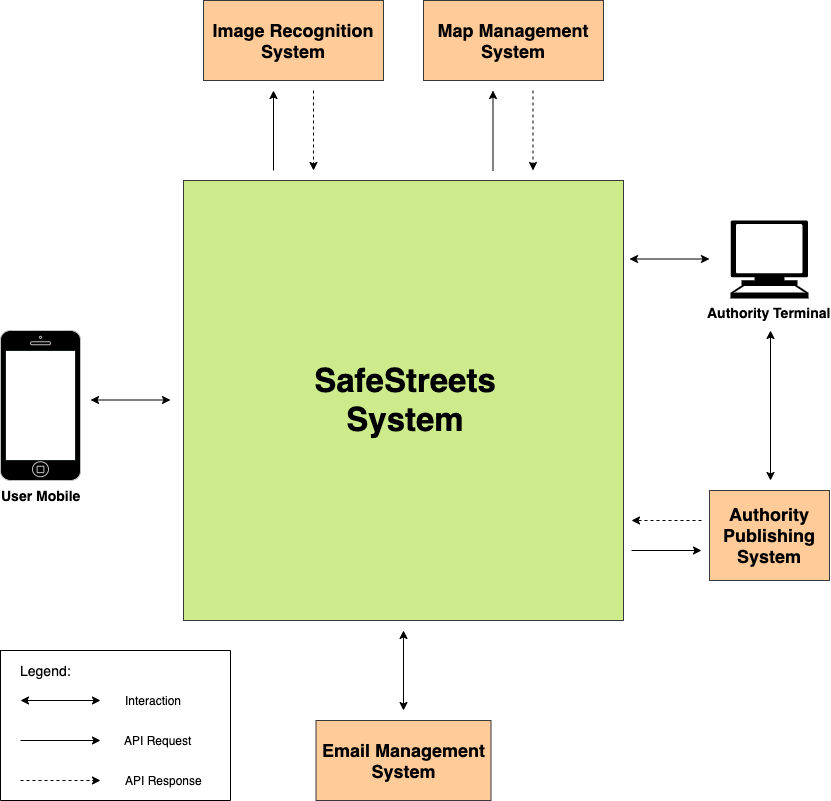
The draw.io diagram dd/img/contextViewPoint.png in Megapiro/SafeStreets-IngSw2Project, before a commit. Source tidied: cells renumbered, new cells last; positions are measured from the earlier drawing's top-left corner, leaving out a move shared by most shapes. Source of this version:
```xml
<mxGraphModel>
  <root>
    <mxCell id="0" />
    <mxCell id="1" parent="0" />
    <mxCell id="2" value="&lt;b style=&quot;font-size: 33px&quot;&gt;SafeStreets&lt;br&gt;System&lt;/b&gt;" style="whiteSpace=wrap;html=1;strokeColor=#36393d;fillColor=#cdeb8b;" parent="1" vertex="1">
      <mxGeometry x="183" y="180" width="440" height="440" as="geometry" />
    </mxCell>
    <mxCell id="3" value="&lt;b&gt;&lt;font style=&quot;font-size: 14px&quot;&gt;Authority Terminal&lt;/font&gt;&lt;/b&gt;" style="shape=mxgraph.signs.tech.computer;html=1;fillColor=#000000;strokeColor=none;verticalLabelPosition=bottom;verticalAlign=top;align=center;" parent="1" vertex="1">
      <mxGeometry x="730" y="220" width="78" height="78" as="geometry" />
    </mxCell>
    <mxCell id="4" value="&lt;b&gt;&lt;font style=&quot;font-size: 14px&quot;&gt;User Mobile&lt;/font&gt;&lt;/b&gt;" style="html=1;verticalLabelPosition=bottom;labelBackgroundColor=#ffffff;verticalAlign=top;shadow=0;dashed=0;strokeWidth=1;shape=mxgraph.ios7.misc.iphone;strokeColor=#c0c0c0;fillColor=#000000;gradientColor=none;" parent="1" vertex="1">
      <mxGeometry y="330" width="80" height="150" as="geometry" />
    </mxCell>
    <mxCell id="5" style="endArrow=classic;startArrow=classic;html=1;" parent="1" edge="1">
      <mxGeometry relative="1" as="geometry">
        <mxPoint x="629" y="258.5" as="sourcePoint" />
        <mxPoint x="709" y="258.5" as="targetPoint" />
      </mxGeometry>
    </mxCell>
    <mxCell id="6" style="endArrow=classic;startArrow=classic;html=1;" parent="1" edge="1">
      <mxGeometry relative="1" as="geometry">
        <mxPoint x="90" y="399.5" as="sourcePoint" />
        <mxPoint x="170" y="399.5" as="targetPoint" />
      </mxGeometry>
    </mxCell>
    <mxCell id="7" value="&lt;b&gt;&lt;font style=&quot;font-size: 18px&quot;&gt;Image Recognition System&lt;/font&gt;&lt;/b&gt;" style="rounded=0;whiteSpace=wrap;html=1;strokeColor=#36393d;fillColor=#ffcc99;" parent="1" vertex="1">
      <mxGeometry x="203" width="180" height="80" as="geometry" />
    </mxCell>
    <mxCell id="8" value="&lt;b&gt;&lt;font style=&quot;font-size: 18px&quot;&gt;Map Management System&lt;/font&gt;&lt;/b&gt;" style="rounded=0;whiteSpace=wrap;html=1;strokeColor=#36393d;fillColor=#ffcc99;" parent="1" vertex="1">
      <mxGeometry x="423" width="180" height="80" as="geometry" />
    </mxCell>
    <mxCell id="9" style="endArrow=classic;html=1;" parent="1" edge="1">
      <mxGeometry relative="1" as="geometry">
        <mxPoint x="273" y="170" as="sourcePoint" />
        <mxPoint x="273" y="90" as="targetPoint" />
      </mxGeometry>
    </mxCell>
    <mxCell id="10" style="endArrow=classic;dashed=1;html=1;" parent="1" edge="1">
      <mxGeometry relative="1" as="geometry">
        <mxPoint x="313" y="90" as="sourcePoint" />
        <mxPoint x="313" y="170" as="targetPoint" />
      </mxGeometry>
    </mxCell>
    <mxCell id="11" style="endArrow=classic;html=1;" parent="1" edge="1">
      <mxGeometry relative="1" as="geometry">
        <mxPoint x="492.5" y="170" as="sourcePoint" />
        <mxPoint x="492.5" y="90" as="targetPoint" />
      </mxGeometry>
    </mxCell>
    <mxCell id="12" style="endArrow=classic;dashed=1;html=1;" parent="1" edge="1">
      <mxGeometry relative="1" as="geometry">
        <mxPoint x="532.5" y="90" as="sourcePoint" />
        <mxPoint x="532.5" y="170" as="targetPoint" />
      </mxGeometry>
    </mxCell>
    <mxCell id="13" value="&lt;b&gt;&lt;font style=&quot;font-size: 18px&quot;&gt;Email Management System&lt;/font&gt;&lt;/b&gt;" style="rounded=0;whiteSpace=wrap;html=1;strokeColor=#36393d;fillColor=#ffcc99;" parent="1" vertex="1">
      <mxGeometry x="315.5" y="720" width="175" height="80" as="geometry" />
    </mxCell>
    <mxCell id="14" style="endArrow=classic;startArrow=classic;html=1;" parent="1" edge="1">
      <mxGeometry relative="1" as="geometry">
        <mxPoint x="403" y="710" as="sourcePoint" />
        <mxPoint x="403" y="630" as="targetPoint" />
      </mxGeometry>
    </mxCell>
    <mxCell id="15" style="verticalLabelPosition=bottom;verticalAlign=top;html=1;shadow=0;dashed=0;strokeWidth=1;shape=mxgraph.ios.iBgFlat;strokeColor=#18211b;fillColor=#FFFFFF;gradientColor=none;" parent="1" vertex="1">
      <mxGeometry x="5" y="350" width="70" height="110" as="geometry" />
    </mxCell>
    <mxCell id="16" value="&lt;b&gt;&lt;font style=&quot;font-size: 18px&quot;&gt;Authority Publishing System&lt;/font&gt;&lt;/b&gt;" style="rounded=0;whiteSpace=wrap;html=1;strokeColor=#36393d;fillColor=#ffcc99;" parent="1" vertex="1">
      <mxGeometry x="709" y="490" width="120" height="90" as="geometry" />
    </mxCell>
    <mxCell id="17" style="endArrow=classic;html=1;" parent="1" edge="1">
      <mxGeometry relative="1" as="geometry">
        <mxPoint x="631" y="550" as="sourcePoint" />
        <mxPoint x="701" y="550" as="targetPoint" />
      </mxGeometry>
    </mxCell>
    <mxCell id="18" style="endArrow=classic;dashed=1;html=1;" parent="1" edge="1">
      <mxGeometry relative="1" as="geometry">
        <mxPoint x="701" y="520" as="sourcePoint" />
        <mxPoint x="631" y="520" as="targetPoint" />
      </mxGeometry>
    </mxCell>
    <mxCell id="19" style="endArrow=classic;startArrow=classic;html=1;" parent="1" edge="1">
      <mxGeometry relative="1" as="geometry">
        <mxPoint x="770" y="480" as="sourcePoint" />
        <mxPoint x="770" y="330" as="targetPoint" />
      </mxGeometry>
    </mxCell>
    <mxCell id="20" style="endArrow=classic;startArrow=classic;html=1;" parent="1" edge="1">
      <mxGeometry relative="1" as="geometry">
        <mxPoint x="20" y="700" as="sourcePoint" />
        <mxPoint x="100" y="700" as="targetPoint" />
      </mxGeometry>
    </mxCell>
    <mxCell id="21" value="Interaction&lt;br&gt;" style="text;html=1;align=center;verticalAlign=middle;" parent="1" vertex="1">
      <mxGeometry x="118" y="690" width="70" height="20" as="geometry" />
    </mxCell>
    <mxCell id="22" style="endArrow=classic;html=1;" parent="1" edge="1">
      <mxGeometry relative="1" as="geometry">
        <mxPoint x="20" y="740" as="sourcePoint" />
        <mxPoint x="100" y="740" as="targetPoint" />
      </mxGeometry>
    </mxCell>
    <mxCell id="23" value="API Request" style="text;html=1;align=center;verticalAlign=middle;" parent="1" vertex="1">
      <mxGeometry x="118" y="730" width="80" height="20" as="geometry" />
    </mxCell>
    <mxCell id="24" style="endArrow=classic;dashed=1;html=1;" parent="1" edge="1">
      <mxGeometry relative="1" as="geometry">
        <mxPoint x="20" y="780" as="sourcePoint" />
        <mxPoint x="100" y="780" as="targetPoint" />
      </mxGeometry>
    </mxCell>
    <mxCell id="25" value="API Response" style="text;html=1;align=center;verticalAlign=middle;" parent="1" vertex="1">
      <mxGeometry x="118" y="770" width="90" height="20" as="geometry" />
    </mxCell>
    <mxCell id="26" style="shape=partialRectangle;whiteSpace=wrap;html=1;bottom=0;right=0;fillColor=none;strokeColor=#000000;" parent="1" vertex="1">
      <mxGeometry y="650" width="230" height="150" as="geometry" />
    </mxCell>
    <mxCell id="27" style="shape=partialRectangle;whiteSpace=wrap;html=1;top=0;left=0;fillColor=none;strokeColor=#000000;" parent="1" vertex="1">
      <mxGeometry y="650" width="230" height="150" as="geometry" />
    </mxCell>
    <mxCell id="28" value="&lt;font style=&quot;font-size: 14px&quot;&gt;Legend:&lt;/font&gt;" style="text;html=1;align=center;verticalAlign=middle;" parent="1" vertex="1">
      <mxGeometry x="10" y="660" width="70" height="20" as="geometry" />
    </mxCell>
  </root>
</mxGraphModel>
```
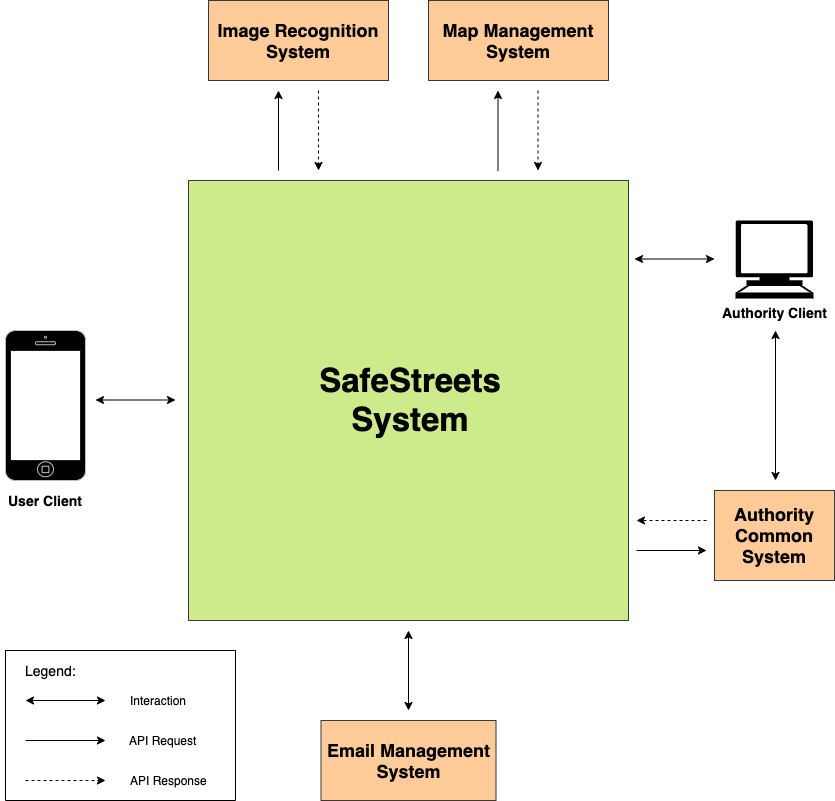
Above is the later version.

The edit, as a diff of the source:
```diff
@@ -5,10 +5,10 @@
     <mxCell id="2" value="&lt;b style=&quot;font-size: 33px&quot;&gt;SafeStreets&lt;br&gt;System&lt;/b&gt;" style="whiteSpace=wrap;html=1;strokeColor=#36393d;fillColor=#cdeb8b;" parent="1" vertex="1">
       <mxGeometry x="183" y="180" width="440" height="440" as="geometry" />
     </mxCell>
-    <mxCell id="3" value="&lt;b&gt;&lt;font style=&quot;font-size: 14px&quot;&gt;Authority Terminal&lt;/font&gt;&lt;/b&gt;" style="shape=mxgraph.signs.tech.computer;html=1;fillColor=#000000;strokeColor=none;verticalLabelPosition=bottom;verticalAlign=top;align=center;" parent="1" vertex="1">
+    <mxCell id="3" value="&lt;b&gt;&lt;font style=&quot;font-size: 14px&quot;&gt;Authority Client&lt;/font&gt;&lt;/b&gt;" style="shape=mxgraph.signs.tech.computer;html=1;fillColor=#000000;strokeColor=none;verticalLabelPosition=bottom;verticalAlign=top;align=center;" parent="1" vertex="1">
       <mxGeometry x="730" y="220" width="78" height="78" as="geometry" />
     </mxCell>
-    <mxCell id="4" value="&lt;b&gt;&lt;font style=&quot;font-size: 14px&quot;&gt;User Mobile&lt;/font&gt;&lt;/b&gt;" style="html=1;verticalLabelPosition=bottom;labelBackgroundColor=#ffffff;verticalAlign=top;shadow=0;dashed=0;strokeWidth=1;shape=mxgraph.ios7.misc.iphone;strokeColor=#c0c0c0;fillColor=#000000;gradientColor=none;" parent="1" vertex="1">
+    <mxCell id="4" style="html=1;verticalLabelPosition=bottom;labelBackgroundColor=#ffffff;verticalAlign=top;shadow=0;dashed=0;strokeWidth=1;shape=mxgraph.ios7.misc.iphone;strokeColor=#c0c0c0;fillColor=#000000;gradientColor=none;" parent="1" vertex="1">
       <mxGeometry y="330" width="80" height="150" as="geometry" />
     </mxCell>
     <mxCell id="5" style="endArrow=classic;startArrow=classic;html=1;" parent="1" edge="1">
@@ -65,7 +65,7 @@
     <mxCell id="15" style="verticalLabelPosition=bottom;verticalAlign=top;html=1;shadow=0;dashed=0;strokeWidth=1;shape=mxgraph.ios.iBgFlat;strokeColor=#18211b;fillColor=#FFFFFF;gradientColor=none;" parent="1" vertex="1">
       <mxGeometry x="5" y="350" width="70" height="110" as="geometry" />
     </mxCell>
-    <mxCell id="16" value="&lt;b&gt;&lt;font style=&quot;font-size: 18px&quot;&gt;Authority Publishing System&lt;/font&gt;&lt;/b&gt;" style="rounded=0;whiteSpace=wrap;html=1;strokeColor=#36393d;fillColor=#ffcc99;" parent="1" vertex="1">
+    <mxCell id="16" value="&lt;b&gt;&lt;font style=&quot;font-size: 18px&quot;&gt;Authority Common System&lt;/font&gt;&lt;/b&gt;" style="rounded=0;whiteSpace=wrap;html=1;strokeColor=#36393d;fillColor=#ffcc99;" parent="1" vertex="1">
       <mxGeometry x="709" y="490" width="120" height="90" as="geometry" />
     </mxCell>
     <mxCell id="17" style="endArrow=classic;html=1;" parent="1" edge="1">
@@ -122,5 +122,8 @@
     <mxCell id="28" value="&lt;font style=&quot;font-size: 14px&quot;&gt;Legend:&lt;/font&gt;" style="text;html=1;align=center;verticalAlign=middle;" parent="1" vertex="1">
       <mxGeometry x="10" y="660" width="70" height="20" as="geometry" />
     </mxCell>
+    <mxCell id="29" value="&lt;b&gt;&lt;font style=&quot;font-size: 14px&quot;&gt;User Client&lt;/font&gt;&lt;/b&gt;" style="text;html=1;align=center;verticalAlign=middle;" parent="1" vertex="1">
+      <mxGeometry x="-5" y="490" width="90" height="20" as="geometry" />
+    </mxCell>
   </root>
 </mxGraphModel>
```
